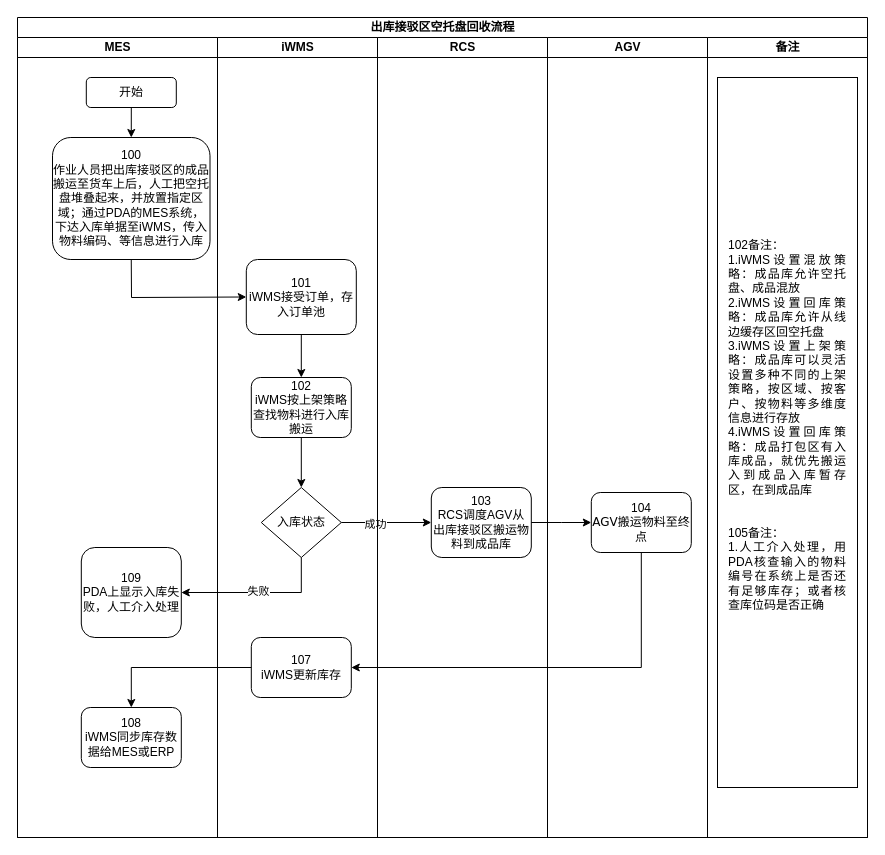
The draw.io diagram page "出库接驳区空托盘回收流程" (18 of 18) of data/伍子醉-MES系统调度业务流程图 的副本.drawio in chenyanxi/hosts, before the edit. Source tidied: cells renumbered, new cells numbered last; positions are measured from the earlier drawing's top-left corner, leaving out a move shared by most shapes. Both pictures are drawn from the tidied source at 100%, with x=0, y=0 at pixel (17, 17).
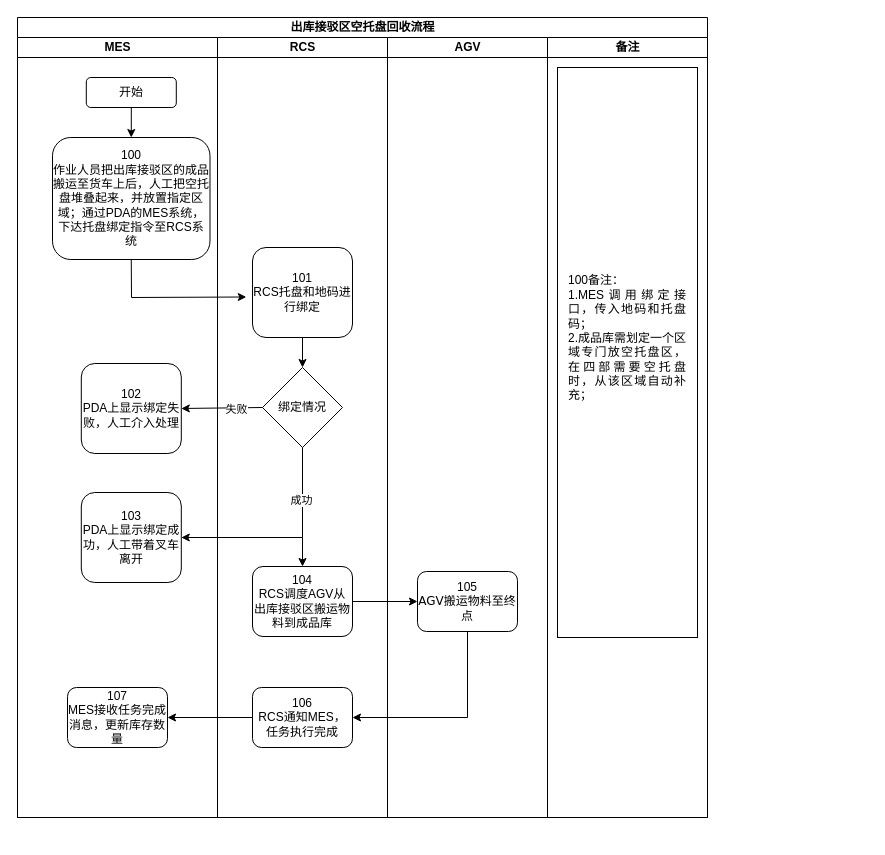
The same page after the edit.

The change refers to these unchanged cells:
```xml
<mxCell id="4" value="&lt;font style=&quot;font-size: 12px;&quot;&gt;开始&lt;/font&gt;" style="rounded=1;whiteSpace=wrap;html=1;shadow=0;labelBackgroundColor=none;strokeWidth=1;fontFamily=Verdana;fontSize=8;align=center;" parent="3" vertex="1">
  <mxGeometry x="68.8" y="40" width="90" height="30" as="geometry" />
</mxCell>
```

What changed in the source:
```diff
@@
     <mxCell id="2" value="&lt;font style=&quot;font-size: 12px;&quot;&gt;出库接驳区空托盘回收流程&lt;/font&gt;" style="swimlane;html=1;startSize=20;rounded=0;shadow=0;labelBackgroundColor=none;strokeWidth=1;fontFamily=Verdana;fontSize=8;align=center;" parent="1" vertex="1">
-      <mxGeometry width="850" height="820" as="geometry" />
+      <mxGeometry width="690" height="800" as="geometry" />
     </mxCell>
     <mxCell id="3" value="MES" style="swimlane;html=1;startSize=20;" parent="2" vertex="1">
-      <mxGeometry y="20" width="200" height="800" as="geometry" />
+      <mxGeometry y="20" width="200" height="780" as="geometry" />
     </mxCell>
@@
-    <mxCell id="5" value="&lt;font style=&quot;font-size: 12px;&quot; face=&quot;Helvetica&quot;&gt;100&lt;br&gt;&lt;/font&gt;&lt;font face=&quot;Helvetica&quot;&gt;&lt;span style=&quot;font-size: 12px;&quot;&gt;作业人员把出库接驳区的成品搬运至货车上后，人工把空托盘堆叠起来，并放置指定区域；&lt;/span&gt;&lt;/font&gt;&lt;span style=&quot;font-family: Helvetica; font-size: 12px;&quot;&gt;通过PDA的MES系统，下达入库单据至iWMS，传入物料编码、等信息进行入库&lt;/span&gt;" style="rounded=1;whiteSpace=wrap;html=1;shadow=0;labelBackgroundColor=none;strokeWidth=1;fontFamily=Verdana;fontSize=8;align=center;" parent="3" vertex="1">
+    <mxCell id="5" value="&lt;font style=&quot;font-size: 12px;&quot; face=&quot;Helvetica&quot;&gt;100&lt;br&gt;&lt;/font&gt;&lt;font face=&quot;Helvetica&quot;&gt;&lt;span style=&quot;font-size: 12px;&quot;&gt;作业人员把出库接驳区的成品搬运至货车上后，人工把空托盘堆叠起来，并放置指定区域；&lt;/span&gt;&lt;/font&gt;&lt;span style=&quot;font-family: Helvetica; font-size: 12px;&quot;&gt;通过PDA的MES系统，下达托盘绑定指令至RCS系统&lt;/span&gt;" style="rounded=1;whiteSpace=wrap;html=1;shadow=0;labelBackgroundColor=none;strokeWidth=1;fontFamily=Verdana;fontSize=8;align=center;" parent="3" vertex="1">
       <mxGeometry x="35" y="100" width="157.5" height="122" as="geometry" />
     </mxCell>
-    <mxCell id="6" value="&lt;div&gt;&lt;font face=&quot;Helvetica&quot; style=&quot;font-size: 12px;&quot;&gt;109&lt;/font&gt;&lt;/div&gt;&lt;font face=&quot;Helvetica&quot;&gt;&lt;span style=&quot;font-size: 12px;&quot;&gt;PDA上显示入库失败，人工介入处理&lt;/span&gt;&lt;/font&gt;" style="rounded=1;whiteSpace=wrap;html=1;shadow=0;labelBackgroundColor=none;strokeWidth=1;fontFamily=Verdana;fontSize=8;align=center;" parent="3" vertex="1">
-      <mxGeometry x="63.8" y="510" width="100" height="90" as="geometry" />
+    <mxCell id="6" value="&lt;div&gt;&lt;font face=&quot;Helvetica&quot; style=&quot;font-size: 12px;&quot;&gt;102&lt;/font&gt;&lt;/div&gt;&lt;font face=&quot;Helvetica&quot;&gt;&lt;span style=&quot;font-size: 12px;&quot;&gt;PDA上显示绑定失败，人工介入处理&lt;/span&gt;&lt;/font&gt;" style="rounded=1;whiteSpace=wrap;html=1;shadow=0;labelBackgroundColor=none;strokeWidth=1;fontFamily=Verdana;fontSize=8;align=center;" parent="3" vertex="1">
+      <mxGeometry x="63.8" y="326" width="100" height="90" as="geometry" />
     </mxCell>
-    <mxCell id="7" value="&lt;font style=&quot;font-size: 12px;&quot; face=&quot;Helvetica&quot;&gt;108&lt;/font&gt;&lt;div&gt;&lt;font style=&quot;font-size: 12px;&quot; face=&quot;Helvetica&quot;&gt;iWMS同步库存数据给MES或ERP&lt;/font&gt;&lt;/div&gt;" style="rounded=1;whiteSpace=wrap;html=1;shadow=0;labelBackgroundColor=none;strokeWidth=1;fontFamily=Verdana;fontSize=8;align=center;" parent="3" vertex="1">
-      <mxGeometry x="63.8" y="670" width="100" height="60" as="geometry" />
+    <mxCell id="7" value="&lt;font style=&quot;font-size: 12px;&quot; face=&quot;Helvetica&quot;&gt;107&lt;/font&gt;&lt;div&gt;&lt;span style=&quot;font-family: Helvetica; font-size: 12px;&quot;&gt;MES接收任务完成消息，更新库存数量&lt;/span&gt;&lt;/div&gt;" style="rounded=1;whiteSpace=wrap;html=1;shadow=0;labelBackgroundColor=none;strokeWidth=1;fontFamily=Verdana;fontSize=8;align=center;" parent="3" vertex="1">
+      <mxGeometry x="50" y="650" width="100" height="60" as="geometry" />
     </mxCell>
-    <mxCell id="8" value="&lt;font style=&quot;font-size: 12px;&quot; face=&quot;Helvetica&quot;&gt;101&lt;/font&gt;&lt;div&gt;&lt;font style=&quot;font-size: 12px;&quot; face=&quot;Helvetica&quot;&gt;iWMS接受订单，存入订单池&lt;/font&gt;&lt;/div&gt;" style="rounded=1;whiteSpace=wrap;html=1;shadow=0;labelBackgroundColor=none;strokeWidth=1;fontFamily=Verdana;fontSize=8;align=center;" parent="3" vertex="1">
-      <mxGeometry x="228.8" y="222" width="110" height="75" as="geometry" />
-    </mxCell>
-    <mxCell id="9" value="&lt;font style=&quot;font-size: 12px;&quot; face=&quot;Helvetica&quot;&gt;102&lt;/font&gt;&lt;div&gt;&lt;font style=&quot;font-size: 12px;&quot; face=&quot;Helvetica&quot;&gt;iWMS按上架策略查找物料进行入库搬运&lt;/font&gt;&lt;/div&gt;" style="rounded=1;whiteSpace=wrap;html=1;shadow=0;labelBackgroundColor=none;strokeWidth=1;fontFamily=Verdana;fontSize=8;align=center;" parent="3" vertex="1">
-      <mxGeometry x="233.8" y="340" width="100" height="60" as="geometry" />
-    </mxCell>
-    <mxCell id="10" style="endArrow=classic;html=1;rounded=0;exitX=0.5;exitY=1;exitDx=0;exitDy=0;" parent="3" edge="1" source="8" target="9">
-      <mxGeometry relative="1" as="geometry" />
-    </mxCell>
-    <mxCell id="11" value="&lt;font face=&quot;Helvetica&quot;&gt;&lt;span style=&quot;font-size: 12px;&quot;&gt;入库状态&lt;/span&gt;&lt;/font&gt;" style="rhombus;whiteSpace=wrap;html=1;rounded=0;shadow=0;labelBackgroundColor=none;strokeWidth=1;fontFamily=Verdana;fontSize=8;align=center;" parent="3" vertex="1">
-      <mxGeometry x="243.8" y="450" width="80" height="70" as="geometry" />
-    </mxCell>
-    <mxCell id="12" style="endArrow=classic;html=1;rounded=0;exitX=0.5;exitY=1;exitDx=0;exitDy=0;entryX=0.5;entryY=0;entryDx=0;entryDy=0;" parent="3" edge="1" source="9" target="11">
-      <mxGeometry relative="1" as="geometry" />
-    </mxCell>
+    <mxCell id="23" style="endArrow=classic;html=1;rounded=0;exitX=0.5;exitY=1;exitDx=0;exitDy=0;" parent="3" edge="1" source="4" target="5">
+      <mxGeometry relative="1" as="geometry" />
+    </mxCell>
+    <mxCell id="24" style="endArrow=classic;html=1;rounded=0;exitX=0.5;exitY=1;exitDx=0;exitDy=0;entryX=0;entryY=0.5;entryDx=0;entryDy=0;" parent="3" edge="1" source="5">
+      <mxGeometry relative="1" as="geometry">
+        <mxPoint x="228.8" y="259.5" as="targetPoint" />
+        <Array as="points">
+          <mxPoint x="114" y="260" />
+        </Array>
+      </mxGeometry>
+    </mxCell>
+    <mxCell id="30" value="&lt;div&gt;&lt;font face=&quot;Helvetica&quot; style=&quot;font-size: 12px;&quot;&gt;103&lt;/font&gt;&lt;/div&gt;&lt;font face=&quot;Helvetica&quot;&gt;&lt;span style=&quot;font-size: 12px;&quot;&gt;PDA上显示绑定成功，人工带着叉车离开&lt;/span&gt;&lt;/font&gt;" style="rounded=1;whiteSpace=wrap;html=1;shadow=0;labelBackgroundColor=none;strokeWidth=1;fontFamily=Verdana;fontSize=8;align=center;" parent="3" vertex="1">
+      <mxGeometry x="63.8" y="455" width="100" height="90" as="geometry" />
+    </mxCell>
+    <mxCell id="26" value="RCS" style="swimlane;html=1;startSize=20;" parent="2" vertex="1">
+      <mxGeometry x="200" y="20" width="170" height="780" as="geometry" />
+    </mxCell>
+    <mxCell id="31" value="&lt;div&gt;&lt;font face=&quot;Helvetica&quot; style=&quot;font-size: 12px;&quot;&gt;101&lt;/font&gt;&lt;/div&gt;&lt;font face=&quot;Helvetica&quot;&gt;&lt;span style=&quot;font-size: 12px;&quot;&gt;RCS托盘和地码进行绑定&lt;/span&gt;&lt;/font&gt;" style="rounded=1;whiteSpace=wrap;html=1;shadow=0;labelBackgroundColor=none;strokeWidth=1;fontFamily=Verdana;fontSize=8;align=center;" parent="26" vertex="1">
+      <mxGeometry x="35" y="210" width="100" height="90" as="geometry" />
+    </mxCell>
+    <mxCell id="32" value="绑定情况" style="rhombus;whiteSpace=wrap;html=1;" parent="26" vertex="1">
+      <mxGeometry x="45" y="330" width="80" height="80" as="geometry" />
+    </mxCell>
+    <mxCell id="33" style="endArrow=classic;html=1;rounded=0;exitX=0.5;exitY=1;exitDx=0;exitDy=0;entryX=0.5;entryY=0;entryDx=0;entryDy=0;" parent="26" edge="1" source="31" target="32">
+      <mxGeometry relative="1" as="geometry" />
+    </mxCell>
+    <mxCell id="14" value="&lt;font style=&quot;font-size: 12px;&quot; face=&quot;Helvetica&quot;&gt;104&lt;/font&gt;&lt;div&gt;&lt;font style=&quot;font-size: 12px;&quot; face=&quot;Helvetica&quot;&gt;RCS调度AGV从&lt;/font&gt;&lt;span style=&quot;font-family: Helvetica; font-size: 12px;&quot;&gt;出库接驳区&lt;/span&gt;&lt;font style=&quot;font-size: 12px;&quot; face=&quot;Helvetica&quot;&gt;搬运物料到成品库&lt;/font&gt;&lt;/div&gt;" style="rounded=1;whiteSpace=wrap;html=1;shadow=0;labelBackgroundColor=none;strokeWidth=1;fontFamily=Verdana;fontSize=8;align=center;" parent="26" vertex="1">
+      <mxGeometry x="35" y="529" width="100" height="70" as="geometry" />
+    </mxCell>
+    <mxCell id="34" style="endArrow=classic;html=1;rounded=0;entryX=0.5;entryY=0;entryDx=0;entryDy=0;exitX=0.5;exitY=1;exitDx=0;exitDy=0;" parent="26" edge="1" source="32" target="14">
+      <mxGeometry relative="1" as="geometry">
+        <Array as="points">
+          <mxPoint x="85" y="500" />
+        </Array>
+      </mxGeometry>
+    </mxCell>
-    <mxCell id="13" value="&lt;div&gt;&lt;font style=&quot;font-size: 12px;&quot; face=&quot;Helvetica&quot;&gt;107&lt;/font&gt;&lt;/div&gt;&lt;div&gt;&lt;font style=&quot;font-size: 12px;&quot; face=&quot;Helvetica&quot;&gt;iWMS更新库存&lt;/font&gt;&lt;/div&gt;" style="rounded=1;whiteSpace=wrap;html=1;shadow=0;labelBackgroundColor=none;strokeWidth=1;fontFamily=Verdana;fontSize=8;align=center;" parent="3" vertex="1">
-      <mxGeometry x="233.8" y="600" width="100" height="60" as="geometry" />
+    <mxCell id="13" value="&lt;font style=&quot;font-size: 12px;&quot; face=&quot;Helvetica&quot;&gt;106&lt;/font&gt;&lt;div&gt;&lt;font style=&quot;font-size: 12px;&quot; face=&quot;Helvetica&quot;&gt;RCS通知MES，任务执行完成&lt;/font&gt;&lt;/div&gt;" style="rounded=1;whiteSpace=wrap;html=1;shadow=0;labelBackgroundColor=none;strokeWidth=1;fontFamily=Verdana;fontSize=8;align=center;" parent="26" vertex="1">
+      <mxGeometry x="35" y="650" width="100" height="60" as="geometry" />
     </mxCell>
-    <mxCell id="14" value="&lt;font style=&quot;font-size: 12px;&quot; face=&quot;Helvetica&quot;&gt;103&lt;/font&gt;&lt;div&gt;&lt;font style=&quot;font-size: 12px;&quot; face=&quot;Helvetica&quot;&gt;RCS调度AGV从&lt;/font&gt;&lt;span style=&quot;font-family: Helvetica; font-size: 12px;&quot;&gt;出库接驳区&lt;/span&gt;&lt;font style=&quot;font-size: 12px;&quot; face=&quot;Helvetica&quot;&gt;搬运物料到成品库&lt;/font&gt;&lt;/div&gt;" style="rounded=1;whiteSpace=wrap;html=1;shadow=0;labelBackgroundColor=none;strokeWidth=1;fontFamily=Verdana;fontSize=8;align=center;" parent="3" vertex="1">
-      <mxGeometry x="413.8" y="450" width="100" height="70" as="geometry" />
-    </mxCell>
+    <mxCell id="27" value="AGV" style="swimlane;html=1;startSize=20;" parent="2" vertex="1">
+      <mxGeometry x="370" y="20" width="160" height="780" as="geometry" />
+    </mxCell>
-    <mxCell id="15" value="&lt;font style=&quot;font-size: 12px;&quot; face=&quot;Helvetica&quot;&gt;104&lt;/font&gt;&lt;div&gt;&lt;font style=&quot;font-size: 12px;&quot;&gt;AGV搬运物料至终点&lt;/font&gt;&lt;/div&gt;" style="rounded=1;whiteSpace=wrap;html=1;shadow=0;labelBackgroundColor=none;strokeWidth=1;fontFamily=Verdana;fontSize=8;align=center;" parent="3" vertex="1">
-      <mxGeometry x="573.8" y="455" width="100" height="60" as="geometry" />
+    <mxCell id="15" value="&lt;font style=&quot;font-size: 12px;&quot; face=&quot;Helvetica&quot;&gt;105&lt;/font&gt;&lt;div&gt;&lt;font style=&quot;font-size: 12px;&quot;&gt;AGV搬运物料至终点&lt;/font&gt;&lt;/div&gt;" style="rounded=1;whiteSpace=wrap;html=1;shadow=0;labelBackgroundColor=none;strokeWidth=1;fontFamily=Verdana;fontSize=8;align=center;" parent="27" vertex="1">
+      <mxGeometry x="30" y="534" width="100" height="60" as="geometry" />
     </mxCell>
-    <mxCell id="16" style="endArrow=classic;html=1;rounded=0;exitX=1;exitY=0.5;exitDx=0;exitDy=0;" parent="3" edge="1" source="11" target="14">
-      <mxGeometry relative="1" as="geometry" />
-    </mxCell>
+    <mxCell id="28" value="备注" style="swimlane;html=1;startSize=20;" parent="2" vertex="1">
+      <mxGeometry x="530" y="20" width="160" height="780" as="geometry" />
+    </mxCell>
+    <mxCell id="29" value="&lt;div style=&quot;text-align: justify;&quot;&gt;&lt;br&gt;&lt;/div&gt;&lt;div style=&quot;text-align: justify;&quot;&gt;&lt;span style=&quot;background-color: initial;&quot;&gt;100备注：&lt;/span&gt;&lt;/div&gt;&lt;div style=&quot;text-align: justify;&quot;&gt;&lt;span style=&quot;background-color: initial;&quot;&gt;1.MES调用绑定接口，传入地码和托盘码；&lt;/span&gt;&lt;/div&gt;&lt;div style=&quot;text-align: justify;&quot;&gt;&lt;span style=&quot;background-color: initial;&quot;&gt;2.成品库需划定一个区域专门放空托盘区，在四部需要空托盘时，从该区域自动补充；&lt;/span&gt;&lt;/div&gt;&lt;div style=&quot;text-align: justify;&quot;&gt;&lt;br&gt;&lt;/div&gt;&lt;div style=&quot;text-align: justify;&quot;&gt;&lt;br&gt;&lt;/div&gt;&lt;div style=&quot;text-align: justify;&quot;&gt;&lt;br&gt;&lt;/div&gt;" style="rounded=0;whiteSpace=wrap;html=1;spacingTop=5;spacingLeft=10;spacingBottom=5;spacingRight=10;" parent="28" vertex="1">
+      <mxGeometry x="10" y="30" width="140" height="570" as="geometry" />
+    </mxCell>
+    <mxCell id="35" style="endArrow=classic;html=1;rounded=0;exitX=0;exitY=0.5;exitDx=0;exitDy=0;entryX=1;entryY=0.5;entryDx=0;entryDy=0;" parent="2" edge="1" source="32" target="6">
+      <mxGeometry relative="1" as="geometry" />
+    </mxCell>
+    <mxCell id="20" value="失败" style="edgeLabel;html=1;align=center;verticalAlign=middle;" parent="35" vertex="1">
+      <mxGeometry x="-0.33" y="1" relative="1" as="geometry" />
+    </mxCell>
+    <mxCell id="36" style="endArrow=classic;html=1;rounded=0;exitX=0.5;exitY=1;exitDx=0;exitDy=0;entryX=1;entryY=0.5;entryDx=0;entryDy=0;" parent="2" edge="1" source="32" target="30">
+      <mxGeometry relative="1" as="geometry">
+        <Array as="points">
+          <mxPoint x="285" y="520" />
+        </Array>
+      </mxGeometry>
+    </mxCell>
-    <mxCell id="17" value="成功" style="edgeLabel;html=1;align=center;verticalAlign=middle;" parent="16" vertex="1">
-      <mxGeometry x="-0.25" y="-1" relative="1" as="geometry" />
+    <mxCell id="17" value="成功" style="edgeLabel;html=1;align=center;verticalAlign=middle;" parent="36" vertex="1">
+      <mxGeometry x="-0.51" y="-2" relative="1" as="geometry" />
     </mxCell>
-    <mxCell id="18" style="endArrow=classic;html=1;rounded=0;exitX=1;exitY=0.5;exitDx=0;exitDy=0;entryX=0;entryY=0.5;entryDx=0;entryDy=0;" parent="3" edge="1" source="14" target="15">
-      <mxGeometry relative="1" as="geometry">
-        <Array as="points">
-          <mxPoint x="543.8" y="485" />
-        </Array>
-      </mxGeometry>
+    <mxCell id="18" style="endArrow=classic;html=1;rounded=0;exitX=1;exitY=0.5;exitDx=0;exitDy=0;entryX=0;entryY=0.5;entryDx=0;entryDy=0;" parent="2" edge="1" source="14" target="15">
+      <mxGeometry relative="1" as="geometry" />
     </mxCell>
-    <mxCell id="19" style="endArrow=classic;html=1;rounded=0;exitX=0.5;exitY=1;exitDx=0;exitDy=0;entryX=1;entryY=0.5;entryDx=0;entryDy=0;" parent="3" edge="1" source="11" target="6">
-      <mxGeometry relative="1" as="geometry">
-        <Array as="points">
-          <mxPoint x="283.8" y="555" />
-        </Array>
-      </mxGeometry>
-    </mxCell>
-    <mxCell id="20" value="失败" style="edgeLabel;html=1;align=center;verticalAlign=middle;" parent="19" vertex="1">
-      <mxGeometry y="-2" relative="1" as="geometry" />
-    </mxCell>
-    <mxCell id="21" style="endArrow=classic;html=1;rounded=0;exitX=0.5;exitY=1;exitDx=0;exitDy=0;entryX=1;entryY=0.5;entryDx=0;entryDy=0;" parent="3" edge="1" source="15" target="13">
+    <mxCell id="21" style="endArrow=classic;html=1;rounded=0;exitX=0.5;exitY=1;exitDx=0;exitDy=0;entryX=1;entryY=0.5;entryDx=0;entryDy=0;" parent="2" edge="1" source="15" target="13">
       <mxGeometry relative="1" as="geometry">
         <Array as="points">
-          <mxPoint x="623.8" y="630" />
+          <mxPoint x="450" y="700" />
         </Array>
       </mxGeometry>
     </mxCell>
-    <mxCell id="22" style="endArrow=classic;html=1;rounded=0;exitX=0;exitY=0.5;exitDx=0;exitDy=0;entryX=0.5;entryY=0;entryDx=0;entryDy=0;" parent="3" edge="1" source="13" target="7">
-      <mxGeometry relative="1" as="geometry">
-        <Array as="points">
-          <mxPoint x="113.8" y="630" />
-        </Array>
-      </mxGeometry>
+    <mxCell id="22" style="endArrow=classic;html=1;rounded=0;exitX=0;exitY=0.5;exitDx=0;exitDy=0;entryX=1;entryY=0.5;entryDx=0;entryDy=0;" parent="2" edge="1" source="13" target="7">
+      <mxGeometry relative="1" as="geometry" />
     </mxCell>
-    <mxCell id="23" style="endArrow=classic;html=1;rounded=0;exitX=0.5;exitY=1;exitDx=0;exitDy=0;" parent="3" edge="1" source="4" target="5">
-      <mxGeometry relative="1" as="geometry" />
-    </mxCell>
-    <mxCell id="24" style="endArrow=classic;html=1;rounded=0;exitX=0.5;exitY=1;exitDx=0;exitDy=0;entryX=0;entryY=0.5;entryDx=0;entryDy=0;" parent="3" edge="1" source="5" target="8">
-      <mxGeometry relative="1" as="geometry">
-        <Array as="points">
-          <mxPoint x="114" y="260" />
-        </Array>
-      </mxGeometry>
-    </mxCell>
-    <mxCell id="25" value="iWMS" style="swimlane;html=1;startSize=20;" parent="2" vertex="1">
-      <mxGeometry x="200" y="20" width="160" height="800" as="geometry" />
-    </mxCell>
-    <mxCell id="26" value="RCS" style="swimlane;html=1;startSize=20;" parent="2" vertex="1">
-      <mxGeometry x="360" y="20" width="170" height="800" as="geometry" />
-    </mxCell>
-    <mxCell id="27" value="AGV" style="swimlane;html=1;startSize=20;" parent="2" vertex="1">
-      <mxGeometry x="530" y="20" width="160" height="800" as="geometry" />
-    </mxCell>
-    <mxCell id="28" value="备注" style="swimlane;html=1;startSize=20;" parent="2" vertex="1">
-      <mxGeometry x="690" y="20" width="160" height="800" as="geometry" />
-    </mxCell>
-    <mxCell id="29" value="&lt;div style=&quot;text-align: justify;&quot;&gt;&lt;br&gt;&lt;/div&gt;&lt;div style=&quot;text-align: justify;&quot;&gt;&lt;span style=&quot;background-color: initial;&quot;&gt;102备注：&lt;/span&gt;&lt;/div&gt;&lt;div style=&quot;text-align: justify;&quot;&gt;&lt;span style=&quot;text-align: center;&quot;&gt;1.iWMS设置混放策略：成品库允许空托盘、成品混放&lt;/span&gt;&lt;/div&gt;&lt;div style=&quot;text-align: justify;&quot;&gt;&lt;span style=&quot;text-align: center;&quot;&gt;2.iWMS设置回库策略：&lt;/span&gt;&lt;span style=&quot;text-align: center;&quot;&gt;成品库&lt;/span&gt;&lt;span style=&quot;text-align: center;&quot;&gt;允许从线边缓存区回空托盘&lt;/span&gt;&lt;/div&gt;&lt;div style=&quot;text-align: justify;&quot;&gt;&lt;div style=&quot;text-align: justify;&quot;&gt;&lt;span style=&quot;text-align: center;&quot;&gt;3.iWMS设置上架策略：成品库可以灵活设置多种不同的上架策略，按区域、按客户、按物料等多维度信息进行存放&lt;/span&gt;&lt;/div&gt;&lt;div style=&quot;text-align: justify;&quot;&gt;&lt;span style=&quot;text-align: center;&quot;&gt;4.&lt;/span&gt;&lt;span style=&quot;background-color: initial; text-align: center;&quot;&gt;iWMS设置回库策略：&lt;/span&gt;&lt;span style=&quot;text-align: center;&quot;&gt;成品打包区&lt;/span&gt;&lt;span style=&quot;background-color: initial; text-align: center;&quot;&gt;有入库成品，就优先搬运入到成品入库暂存区，在到成品库&lt;/span&gt;&lt;/div&gt;&lt;/div&gt;&lt;div style=&quot;text-align: justify;&quot;&gt;&lt;span style=&quot;text-align: center;&quot;&gt;&lt;br&gt;&lt;/span&gt;&lt;/div&gt;&lt;div style=&quot;text-align: justify;&quot;&gt;&lt;span style=&quot;text-align: center;&quot;&gt;&lt;br&gt;&lt;/span&gt;&lt;/div&gt;&lt;div style=&quot;text-align: justify;&quot;&gt;&lt;span style=&quot;text-align: center;&quot;&gt;105备注：&lt;/span&gt;&lt;/div&gt;&lt;div style=&quot;text-align: justify;&quot;&gt;1.人工介入处理，用PDA核查输入的物料编号在系统上是否还有足够库存；或者核查库位码是否正确&lt;/div&gt;&lt;div style=&quot;text-align: justify;&quot;&gt;&lt;br&gt;&lt;/div&gt;&lt;div style=&quot;text-align: justify;&quot;&gt;&lt;br&gt;&lt;/div&gt;" style="rounded=0;whiteSpace=wrap;html=1;spacingTop=5;spacingLeft=10;spacingBottom=5;spacingRight=10;" parent="28" vertex="1">
-      <mxGeometry x="10" y="40" width="140" height="710" as="geometry" />
-    </mxCell>
```
